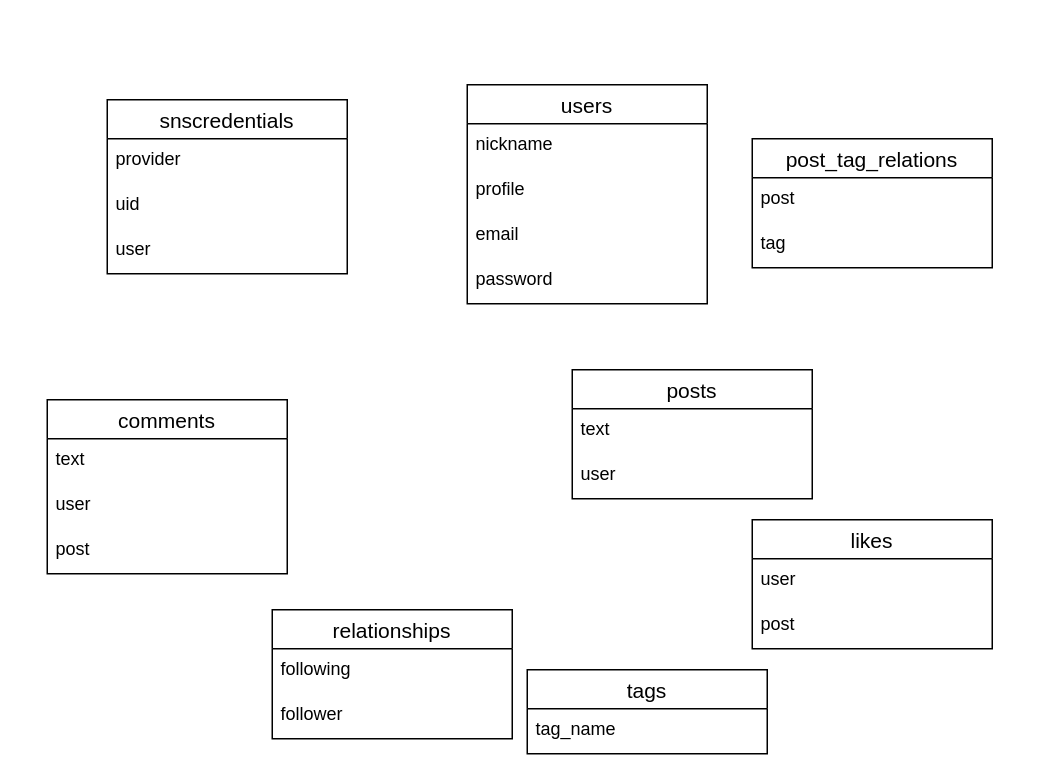
The draw.io diagram f1-paddock-talk.dio in maximumry/f1-paddock-talk, before the edit. Source tidied: cells renumbered, new cells numbered last; positions are measured from the earlier drawing's top-left corner, leaving out a move shared by most shapes. Both pictures are drawn from the tidied source at 150%, with x=0, y=0 at pixel (46, 84).
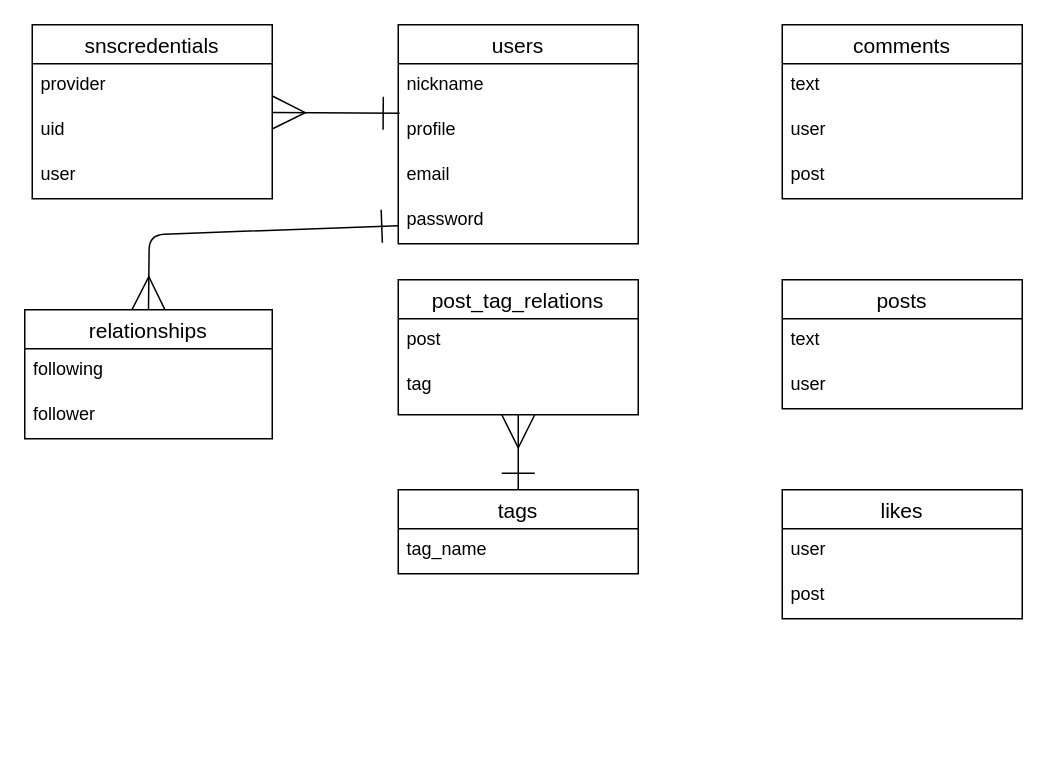
After the change.

Commit message:
データベース設計

Unchanged cells that the change refers to:
```xml
<mxCell id="4" value="profile" style="text;strokeColor=none;fillColor=none;spacingLeft=4;spacingRight=4;overflow=hidden;points=[[0,0.5],[1,0.5]];portConstraint=eastwest;fontSize=12;" parent="2" vertex="1">
  <mxGeometry y="56" width="160" height="30" as="geometry" />
</mxCell>
<mxCell id="6" value="password" style="text;strokeColor=none;fillColor=none;spacingLeft=4;spacingRight=4;overflow=hidden;points=[[0,0.5],[1,0.5]];portConstraint=eastwest;fontSize=12;" parent="2" vertex="1">
  <mxGeometry y="116" width="160" height="30" as="geometry" />
</mxCell>
```

What changed in the source:
```diff
@@
     <mxCell id="2" value="users" style="swimlane;fontStyle=0;horizontal=1;startSize=26;align=center;fontSize=14;" parent="1" vertex="1">
-      <mxGeometry x="280" width="160" height="146" as="geometry" />
+      <mxGeometry x="234" y="-40" width="160" height="146" as="geometry" />
     </mxCell>
@@
+    <mxCell id="29" style="edgeStyle=none;html=1;entryX=0.006;entryY=0.1;entryDx=0;entryDy=0;entryPerimeter=0;endArrow=ERone;endFill=0;startArrow=ERmany;startFill=0;endSize=20;startSize=20;" parent="1" edge="1" source="7" target="4">
+      <mxGeometry relative="1" as="geometry" />
+    </mxCell>
     <mxCell id="7" value="snscredentials" style="swimlane;fontStyle=0;horizontal=1;startSize=26;align=center;fontSize=14;" parent="1" vertex="1">
-      <mxGeometry x="40" y="10" width="160" height="116" as="geometry" />
+      <mxGeometry x="-10" y="-40" width="160" height="116" as="geometry" />
     </mxCell>
@@
     <mxCell id="11" value="posts" style="swimlane;fontStyle=0;horizontal=1;startSize=26;align=center;fontSize=14;" parent="1" vertex="1">
-      <mxGeometry x="350" y="190" width="160" height="86" as="geometry" />
+      <mxGeometry x="490" y="130" width="160" height="86" as="geometry" />
     </mxCell>
@@
     <mxCell id="14" value="comments" style="swimlane;fontStyle=0;horizontal=1;startSize=26;align=center;fontSize=14;" parent="1" vertex="1">
-      <mxGeometry y="210" width="160" height="116" as="geometry" />
+      <mxGeometry x="490" y="-40" width="160" height="116" as="geometry" />
     </mxCell>
@@
     <mxCell id="18" value="likes" style="swimlane;fontStyle=0;horizontal=1;startSize=26;align=center;fontSize=14;" parent="1" vertex="1">
-      <mxGeometry x="470" y="290" width="160" height="86" as="geometry" />
+      <mxGeometry x="490" y="270" width="160" height="86" as="geometry" />
     </mxCell>
@@
     <mxCell id="21" value="relationships" style="swimlane;fontStyle=0;horizontal=1;startSize=26;align=center;fontSize=14;" parent="1" vertex="1">
-      <mxGeometry x="150" y="350" width="160" height="86" as="geometry" />
+      <mxGeometry x="-15" y="150" width="165" height="86" as="geometry" />
     </mxCell>
     <mxCell id="22" value="following" style="text;strokeColor=none;fillColor=none;spacingLeft=4;spacingRight=4;overflow=hidden;fontSize=12;" parent="21" vertex="1">
-      <mxGeometry y="26" width="160" height="30" as="geometry" />
+      <mxGeometry y="26" width="165" height="30" as="geometry" />
     </mxCell>
     <mxCell id="23" value="follower" style="text;strokeColor=none;fillColor=none;spacingLeft=4;spacingRight=4;overflow=hidden;fontSize=12;" parent="21" vertex="1">
-      <mxGeometry y="56" width="160" height="30" as="geometry" />
+      <mxGeometry y="56" width="165" height="30" as="geometry" />
     </mxCell>
+    <mxCell id="30" style="edgeStyle=none;html=1;exitX=0.5;exitY=0;exitDx=0;exitDy=0;startArrow=ERone;startFill=0;endArrow=ERmany;endFill=0;startSize=20;endSize=20;" parent="1" edge="1" source="24" target="28">
+      <mxGeometry relative="1" as="geometry" />
+    </mxCell>
     <mxCell id="24" value="tags" style="swimlane;fontStyle=0;horizontal=1;startSize=26;align=center;fontSize=14;" parent="1" vertex="1">
-      <mxGeometry x="320" y="390" width="160" height="56" as="geometry" />
+      <mxGeometry x="234" y="270" width="160" height="56" as="geometry" />
     </mxCell>
@@
     <mxCell id="26" value="post_tag_relations" style="swimlane;fontStyle=0;horizontal=1;startSize=26;align=center;fontSize=14;" parent="1" vertex="1">
-      <mxGeometry x="470" y="36" width="160" height="86" as="geometry" />
+      <mxGeometry x="234" y="130" width="160" height="90" as="geometry" />
     </mxCell>
@@
     <mxCell id="28" value="tag" style="text;strokeColor=none;fillColor=none;spacingLeft=4;spacingRight=4;overflow=hidden;points=[[0,0.5],[1,0.5]];portConstraint=eastwest;fontSize=12;" parent="26" vertex="1">
-      <mxGeometry y="56" width="160" height="30" as="geometry" />
+      <mxGeometry y="56" width="160" height="34" as="geometry" />
     </mxCell>
+    <mxCell id="31" style="edgeStyle=none;html=1;entryX=0.5;entryY=0;entryDx=0;entryDy=0;startArrow=ERone;startFill=0;endArrow=ERmany;endFill=0;startSize=20;endSize=20;" parent="1" edge="1" source="6" target="21">
+      <mxGeometry relative="1" as="geometry">
+        <Array as="points">
+          <mxPoint x="68" y="100" />
+        </Array>
+      </mxGeometry>
+    </mxCell>
```
